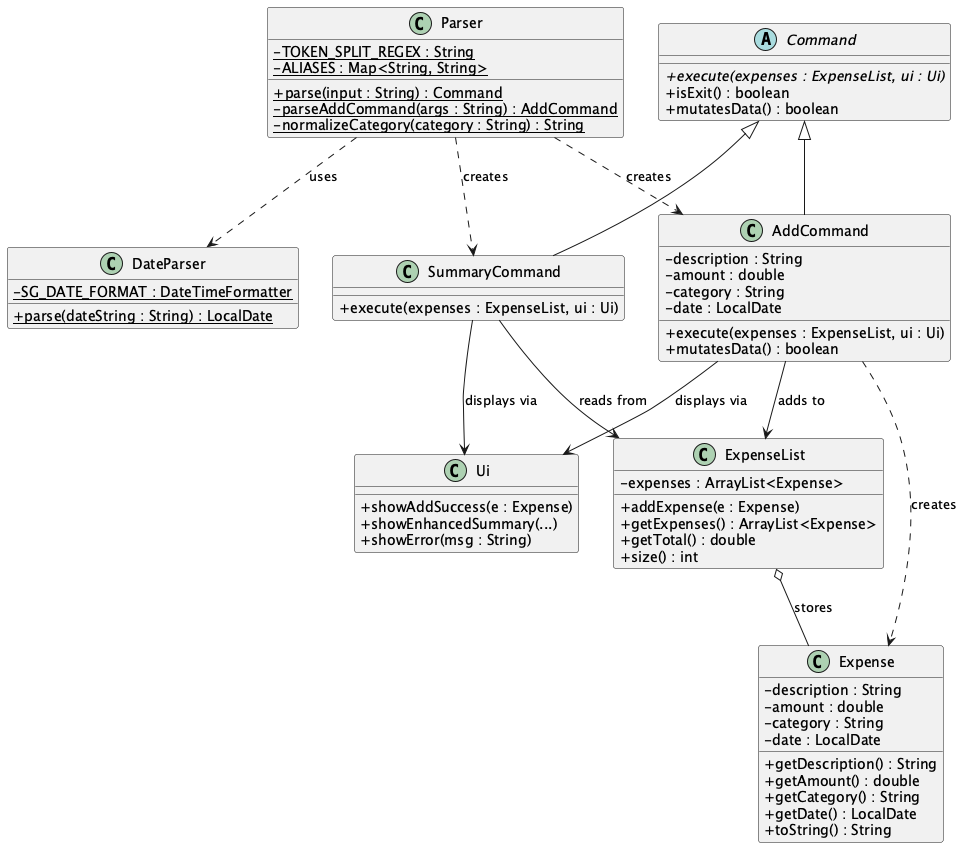
The PlantUML diagram docs/images/AddCommandClass.png in AbhijitBalajee/tp, before a commit.
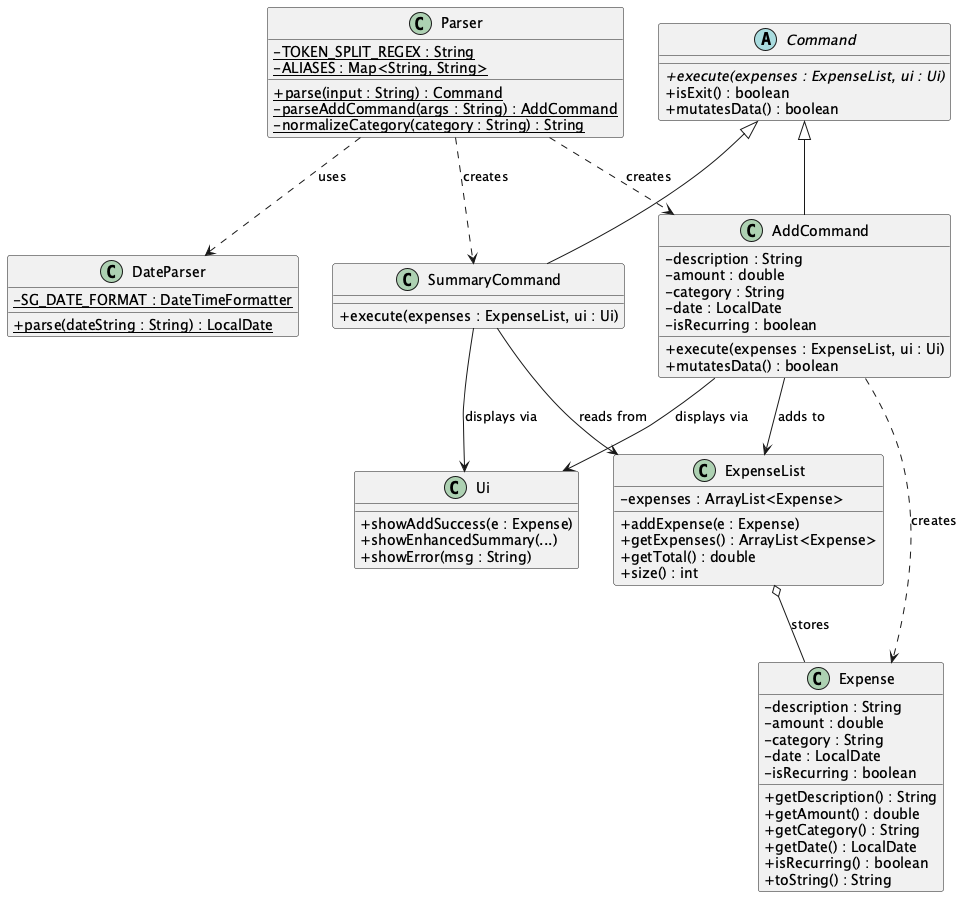
The same file after the commit.

Commit message:
docs: fix DG inaccuracies for DateParser, recurring flag, and diagrams

Change to the diagram source:
```diff
@@ -27,6 +27,7 @@
     - amount : double
     - category : String
     - date : LocalDate
+    - isRecurring : boolean
     + execute(expenses : ExpenseList, ui : Ui)
     + mutatesData() : boolean
 }
@@ -40,10 +41,12 @@
     - amount : double
     - category : String
     - date : LocalDate
+    - isRecurring : boolean
     + getDescription() : String
     + getAmount() : double
     + getCategory() : String
     + getDate() : LocalDate
+    + isRecurring() : boolean
     + toString() : String
 }
 
```
